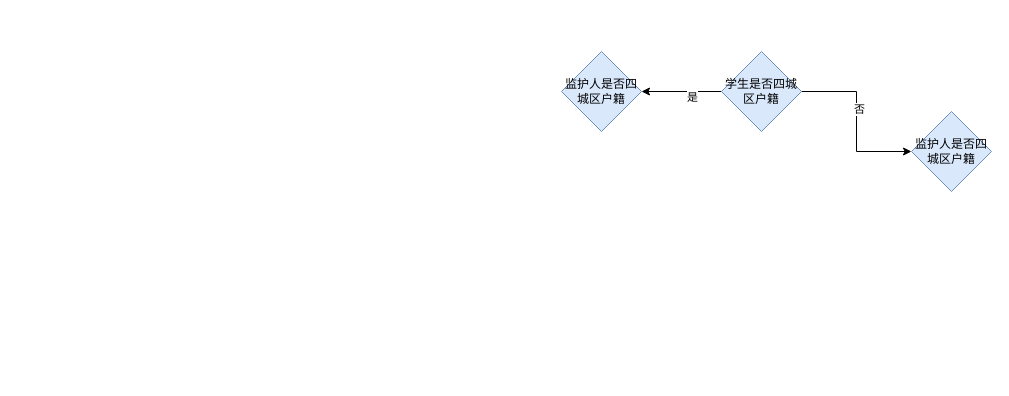
This is Untitled Diagram.drawio from xmilygit/app1, a draw.io file, before an edit. Source tidied: cells renumbered, new cells numbered last; positions are measured from the earlier drawing's top-left corner, leaving out a move shared by most shapes. Both pictures are drawn from the tidied source at 100%, with x=0, y=0 at pixel (561, 51).
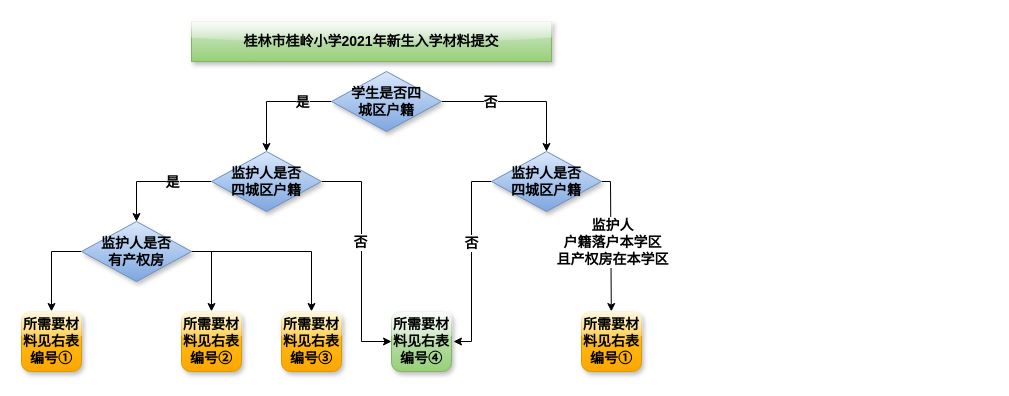
The same page after the edit.

What changed in the source:
```diff
@@
-    <mxCell id="2" style="edgeStyle=orthogonalEdgeStyle;rounded=0;jettySize=auto;html=1;" parent="1" edge="1" source="6" target="7">
+    <mxCell id="2" style="edgeStyle=orthogonalEdgeStyle;rounded=0;jettySize=auto;html=1;entryX=0.5;entryY=0;entryDx=0;entryDy=0;fontStyle=1;fontSize=14;" parent="1" edge="1" source="6" target="7">
       <mxGeometry relative="1" as="geometry" />
     </mxCell>
-    <mxCell id="3" value="否" style="edgeLabel;html=1;align=center;verticalAlign=middle;" parent="2" vertex="1">
-      <mxGeometry x="-0.15" y="2" relative="1" as="geometry" />
+    <mxCell id="3" value="否" style="edgeLabel;html=1;align=center;verticalAlign=middle;fontStyle=1;fontSize=14;" parent="2" vertex="1">
+      <mxGeometry x="-0.15" y="2" relative="1" as="geometry">
+        <mxPoint x="-18" y="2" as="offset" />
+      </mxGeometry>
     </mxCell>
-    <mxCell id="4" style="edgeStyle=orthogonalEdgeStyle;rounded=0;jettySize=auto;html=1;" parent="1" edge="1" source="6" target="8">
+    <mxCell id="4" style="edgeStyle=orthogonalEdgeStyle;rounded=0;jettySize=auto;html=1;entryX=0.5;entryY=0;entryDx=0;entryDy=0;fontStyle=1;fontSize=14;" parent="1" edge="1" source="6" target="8">
       <mxGeometry relative="1" as="geometry" />
     </mxCell>
-    <mxCell id="5" value="是" style="edgeLabel;html=1;align=center;verticalAlign=middle;" parent="4" vertex="1">
-      <mxGeometry x="-0.25" y="5" relative="1" as="geometry" />
+    <mxCell id="5" value="是" style="edgeLabel;html=1;align=center;verticalAlign=middle;fontStyle=1;fontSize=14;" parent="4" vertex="1">
+      <mxGeometry x="-0.25" y="5" relative="1" as="geometry">
+        <mxPoint x="13" y="-5" as="offset" />
+      </mxGeometry>
     </mxCell>
-    <mxCell id="6" value="学生是否四城区户籍" style="rhombus;whiteSpace=wrap;html=1;fillColor=#dae8fc;strokeColor=#6c8ebf;" parent="1" vertex="1">
-      <mxGeometry x="160" width="80" height="80" as="geometry" />
+    <mxCell id="6" value="学生是否四城区户籍" style="rhombus;whiteSpace=wrap;fillColor=#dae8fc;strokeColor=#6c8ebf;gradientColor=#7ea6e0;shadow=1;fontStyle=1;fontSize=14;html=1;spacingTop=15;spacingBottom=15;spacingLeft=15;spacingRight=15;" parent="1" vertex="1">
+      <mxGeometry x="-230" y="20" width="110" height="60" as="geometry" />
     </mxCell>
+    <mxCell id="9" style="edgeStyle=none;rounded=0;jettySize=auto;html=1;fontSize=14;exitX=0;exitY=0.5;exitDx=0;exitDy=0;" parent="1" edge="1" source="7">
+      <mxGeometry relative="1" as="geometry">
+        <mxPoint x="-108" y="290" as="targetPoint" />
+        <Array as="points">
+          <mxPoint x="-90" y="130" />
+          <mxPoint x="-90" y="290" />
+        </Array>
+      </mxGeometry>
+    </mxCell>
+    <mxCell id="10" value="否" style="edgeLabel;html=1;align=center;verticalAlign=middle;fontSize=14;fontStyle=1;" parent="9" vertex="1">
+      <mxGeometry x="-0.18" y="-1" relative="1" as="geometry" />
+    </mxCell>
+    <mxCell id="11" style="edgeStyle=none;rounded=0;jettySize=auto;html=1;exitX=1;exitY=0.5;exitDx=0;exitDy=0;fontSize=14;" parent="1" edge="1" source="7" target="24">
+      <mxGeometry relative="1" as="geometry">
+        <Array as="points">
+          <mxPoint x="49" y="130" />
+        </Array>
+      </mxGeometry>
+    </mxCell>
+    <mxCell id="12" value="监护人&lt;br&gt;户籍落户本学区&lt;br&gt;且产权房在本学区" style="edgeLabel;html=1;align=center;verticalAlign=middle;fontSize=14;fontStyle=1;" parent="11" vertex="1">
+      <mxGeometry x="-0.14" y="-1" relative="1" as="geometry">
+        <mxPoint x="2" y="9" as="offset" />
+      </mxGeometry>
+    </mxCell>
-    <mxCell id="7" value="监护人是否四城区户籍" style="rhombus;whiteSpace=wrap;html=1;fillColor=#dae8fc;strokeColor=#6c8ebf;" parent="1" vertex="1">
-      <mxGeometry x="350" y="60" width="80" height="80" as="geometry" />
+    <mxCell id="7" value="监护人是否四城区户籍" style="rhombus;whiteSpace=wrap;html=1;fillColor=#dae8fc;strokeColor=#6c8ebf;gradientColor=#7ea6e0;shadow=1;fontStyle=1;fontSize=14;spacingTop=15;spacingLeft=15;spacingBottom=15;spacingRight=15;" parent="1" vertex="1">
+      <mxGeometry x="-70" y="100" width="110" height="60" as="geometry" />
     </mxCell>
+    <mxCell id="13" style="edgeStyle=orthogonalEdgeStyle;rounded=0;jettySize=auto;html=1;entryX=0.5;entryY=0;entryDx=0;entryDy=0;fontStyle=1;fontSize=14;" parent="1" edge="1" source="8" target="20">
+      <mxGeometry relative="1" as="geometry" />
+    </mxCell>
+    <mxCell id="14" value="是" style="edgeLabel;html=1;align=center;verticalAlign=middle;fontStyle=1;fontSize=14;" parent="13" vertex="1">
+      <mxGeometry x="-0.18" y="5" relative="1" as="geometry">
+        <mxPoint x="7" y="-5" as="offset" />
+      </mxGeometry>
+    </mxCell>
+    <mxCell id="15" style="edgeStyle=none;rounded=0;jettySize=auto;html=1;exitX=1;exitY=0.5;exitDx=0;exitDy=0;entryX=0;entryY=0.5;entryDx=0;entryDy=0;fontStyle=1;fontSize=14;" parent="1" edge="1" source="8" target="25">
+      <mxGeometry relative="1" as="geometry">
+        <Array as="points">
+          <mxPoint x="-200" y="130" />
+          <mxPoint x="-200" y="290" />
+        </Array>
+      </mxGeometry>
+    </mxCell>
+    <mxCell id="16" value="否" style="edgeLabel;html=1;align=center;verticalAlign=middle;fontStyle=1;fontSize=14;" parent="15" vertex="1">
+      <mxGeometry x="0.02" y="-2" relative="1" as="geometry">
+        <mxPoint y="-17" as="offset" />
+      </mxGeometry>
+    </mxCell>
-    <mxCell id="8" value="监护人是否四城区户籍" style="rhombus;whiteSpace=wrap;html=1;strokeColor=#6c8ebf;fillColor=#dae8fc;" parent="1" vertex="1">
-      <mxGeometry width="80" height="80" as="geometry" />
+    <mxCell id="8" value="监护人是否四城区户籍" style="rhombus;whiteSpace=wrap;html=1;strokeColor=#6c8ebf;fillColor=#dae8fc;gradientColor=#7ea6e0;shadow=1;fontStyle=1;fontSize=14;spacingTop=15;spacingLeft=15;spacingBottom=15;spacingRight=15;" parent="1" vertex="1">
+      <mxGeometry x="-350" y="100" width="110" height="60" as="geometry" />
     </mxCell>
+    <mxCell id="17" style="edgeStyle=none;rounded=0;jettySize=auto;html=1;exitX=0;exitY=0.5;exitDx=0;exitDy=0;entryX=0.5;entryY=0;entryDx=0;entryDy=0;fontSize=14;" parent="1" edge="1" source="20" target="23">
+      <mxGeometry relative="1" as="geometry">
+        <Array as="points">
+          <mxPoint x="-510" y="200" />
+        </Array>
+      </mxGeometry>
+    </mxCell>
+    <mxCell id="18" style="edgeStyle=none;rounded=0;jettySize=auto;html=1;exitX=1;exitY=0.5;exitDx=0;exitDy=0;entryX=0.5;entryY=0;entryDx=0;entryDy=0;fontSize=14;" parent="1" edge="1" source="20" target="21">
+      <mxGeometry relative="1" as="geometry">
+        <Array as="points">
+          <mxPoint x="-350" y="200" />
+        </Array>
+      </mxGeometry>
+    </mxCell>
+    <mxCell id="19" style="edgeStyle=none;rounded=0;jettySize=auto;html=1;exitX=1;exitY=0.5;exitDx=0;exitDy=0;entryX=0.5;entryY=0;entryDx=0;entryDy=0;fontSize=14;" parent="1" edge="1" source="20" target="22">
+      <mxGeometry relative="1" as="geometry">
+        <Array as="points">
+          <mxPoint x="-250" y="200" />
+        </Array>
+      </mxGeometry>
+    </mxCell>
+    <mxCell id="20" value="监护人是否有产权房" style="rhombus;whiteSpace=wrap;html=1;strokeColor=#6c8ebf;fillColor=#dae8fc;gradientColor=#7ea6e0;rounded=0;shadow=1;sketch=0;fontStyle=1;fontSize=14;spacingTop=15;spacingLeft=15;spacingBottom=15;spacingRight=15;" parent="1" vertex="1">
+      <mxGeometry x="-480" y="170" width="110" height="60" as="geometry" />
+    </mxCell>
+    <mxCell id="21" value="&lt;span style=&quot;font-size: 14px;&quot;&gt;所需要材料见右表编号②&lt;/span&gt;" style="whiteSpace=wrap;html=1;strokeColor=#d79b00;fillColor=#ffcd28;gradientColor=#ffa500;rounded=1;shadow=1;glass=1;fontStyle=1;fontSize=14;" parent="1" vertex="1">
+      <mxGeometry x="-380" y="260" width="60" height="60" as="geometry" />
+    </mxCell>
+    <mxCell id="22" value="&lt;span style=&quot;font-size: 14px;&quot;&gt;所需要材料见右表编号③&lt;/span&gt;" style="whiteSpace=wrap;html=1;strokeColor=#d79b00;fillColor=#ffcd28;gradientColor=#ffa500;rounded=1;glass=1;shadow=1;fontStyle=1;fontSize=14;" parent="1" vertex="1">
+      <mxGeometry x="-280" y="260" width="60" height="60" as="geometry" />
+    </mxCell>
+    <mxCell id="23" value="所需要材料见右表编号①" style="whiteSpace=wrap;html=1;strokeColor=#d79b00;fillColor=#ffcd28;gradientColor=#ffa500;rounded=1;glass=1;shadow=1;fontStyle=1;fontSize=14;" parent="1" vertex="1">
+      <mxGeometry x="-540" y="260" width="60" height="60" as="geometry" />
+    </mxCell>
+    <mxCell id="24" value="&lt;span style=&quot;font-size: 14px;&quot;&gt;所需要材料见右表编号①&lt;/span&gt;" style="rounded=1;whiteSpace=wrap;html=1;shadow=1;glass=1;sketch=0;gradientColor=#ffa500;fillColor=#ffcd28;strokeColor=#d79b00;fontStyle=1;fontSize=14;" parent="1" vertex="1">
+      <mxGeometry x="20" y="260" width="60" height="60" as="geometry" />
+    </mxCell>
+    <mxCell id="25" value="&lt;span style=&quot;font-size: 14px;&quot;&gt;所需要材料见右表编号④&lt;/span&gt;" style="rounded=1;whiteSpace=wrap;html=1;shadow=1;glass=1;sketch=0;gradientColor=#97d077;fillColor=#d5e8d4;strokeColor=#82b366;fontStyle=1;fontSize=14;" parent="1" vertex="1">
+      <mxGeometry x="-170" y="260" width="60" height="60" as="geometry" />
+    </mxCell>
+    <mxCell id="26" value="桂林市桂岭小学2021年新生入学材料提交" style="rounded=0;whiteSpace=wrap;html=1;shadow=1;glass=1;sketch=0;gradientColor=#97d077;fillColor=#d5e8d4;strokeColor=#82b366;fontStyle=1;fontSize=14;" parent="1" vertex="1">
+      <mxGeometry x="-370" y="-30" width="360" height="40" as="geometry" />
+    </mxCell>
```
